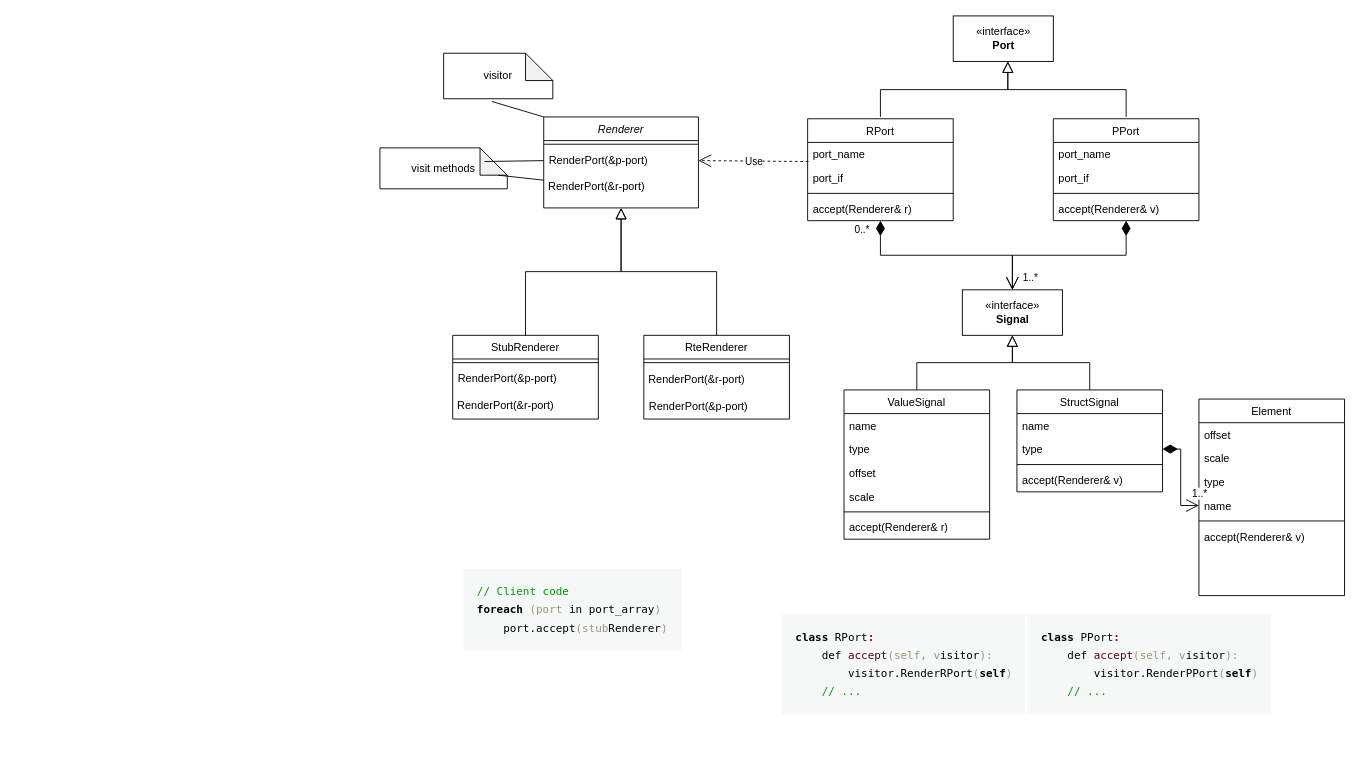
Earlier version of the draw.io diagram page "Page-1" (1 of 2) of arxmlParser/visitor.drawio (johanp1/HackDay). Source tidied: cells renumbered, new cells numbered last; positions are measured from the earlier drawing's top-left corner, leaving out a move shared by most shapes. Both pictures are drawn from the tidied source at 91%, with x=0, y=0 at pixel (379, 15).
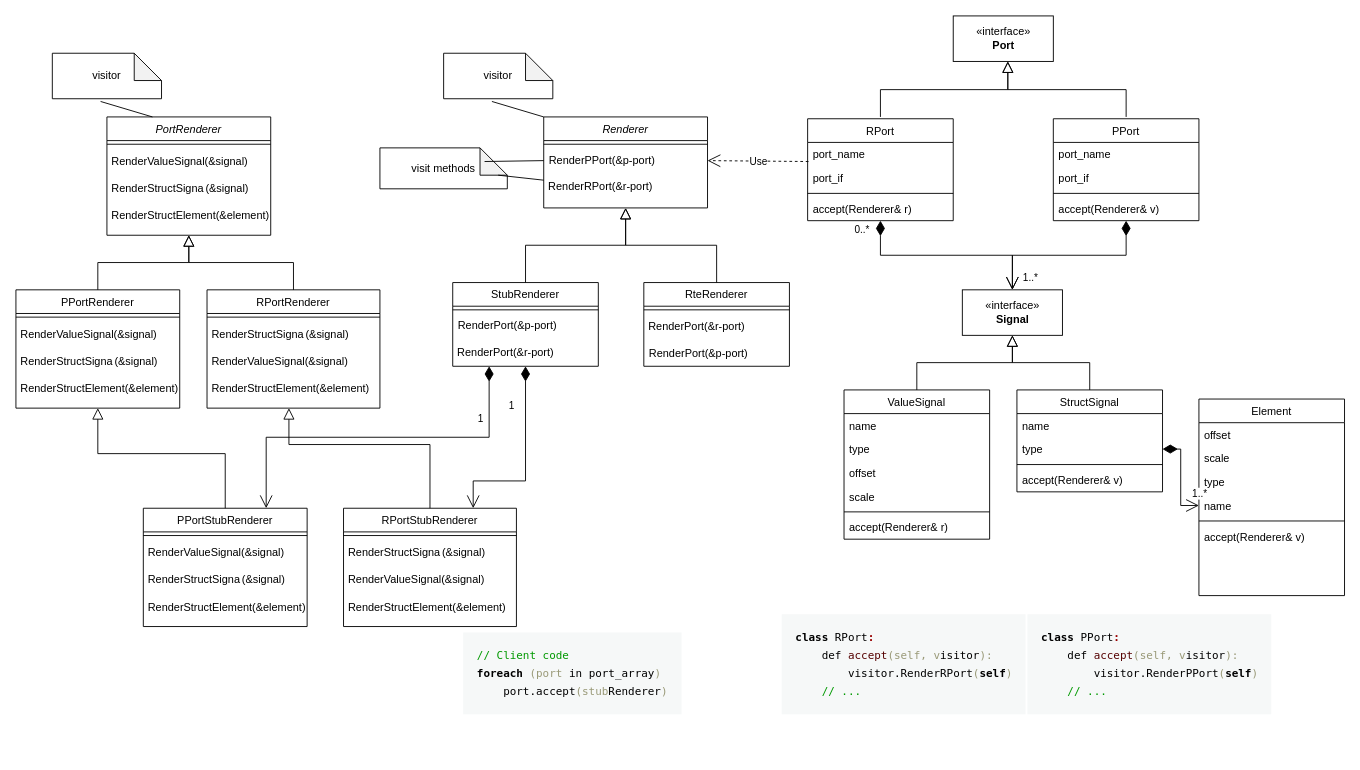
After the change.

The change refers to these unchanged cells:
```xml
<mxCell id="9" value="&amp;nbsp;RenderPort(&amp;amp;r-port)" style="text;html=1;strokeColor=none;fillColor=none;align=left;verticalAlign=middle;whiteSpace=wrap;rounded=0;" parent="6" vertex="1">
  <mxGeometry y="62" width="160" height="30" as="geometry" />
</mxCell>
```

Change to the diagram source:
```diff
@@
     <mxCell id="2" value="Renderer" style="swimlane;fontStyle=2;align=center;verticalAlign=top;horizontal=1;startSize=26;rounded=0;shadow=0;strokeWidth=1;" parent="1" vertex="1">
-      <mxGeometry x="180" y="111" width="170" height="100" as="geometry" />
+      <mxGeometry x="180" y="111" width="180" height="100" as="geometry" />
     </mxCell>
     <mxCell id="3" style="line;html=1;strokeWidth=1;align=left;verticalAlign=middle;spacingTop=-1;spacingLeft=3;spacingRight=3;labelPosition=right;" parent="2" vertex="1">
-      <mxGeometry y="26" width="170" height="8" as="geometry" />
+      <mxGeometry y="26" width="180" height="8" as="geometry" />
     </mxCell>
-    <mxCell id="4" value="RenderPort(&amp;p-port)" style="text;align=left;verticalAlign=top;spacingLeft=4;spacingRight=4;overflow=hidden;points=[[0,0.5],[1,0.5]];portConstraint=eastwest;" parent="2" vertex="1">
-      <mxGeometry y="34" width="170" height="28" as="geometry" />
+    <mxCell id="4" value="RenderPPort(&amp;p-port)" style="text;align=left;verticalAlign=top;spacingLeft=4;spacingRight=4;overflow=hidden;points=[[0,0.5],[1,0.5]];portConstraint=eastwest;" parent="2" vertex="1">
+      <mxGeometry y="34" width="180" height="28" as="geometry" />
     </mxCell>
-    <mxCell id="5" value="&amp;nbsp;RenderPort(&amp;amp;r-port)" style="text;html=1;strokeColor=none;fillColor=none;align=left;verticalAlign=middle;whiteSpace=wrap;rounded=0;" parent="2" vertex="1">
-      <mxGeometry y="62" width="170" height="30" as="geometry" />
+    <mxCell id="5" value="&amp;nbsp;RenderRPort(&amp;amp;r-port)" style="text;html=1;strokeColor=none;fillColor=none;align=left;verticalAlign=middle;whiteSpace=wrap;rounded=0;" parent="2" vertex="1">
+      <mxGeometry y="62" width="180" height="30" as="geometry" />
     </mxCell>
     <mxCell id="6" value="StubRenderer" style="swimlane;fontStyle=0;align=center;verticalAlign=top;horizontal=1;startSize=26;rounded=0;shadow=0;strokeWidth=1;" parent="1" vertex="1">
-      <mxGeometry x="80" y="351" width="160" height="92" as="geometry" />
+      <mxGeometry x="80" y="293" width="160" height="92" as="geometry" />
     </mxCell>
@@
     <mxCell id="11" value="RteRenderer" style="swimlane;fontStyle=0;align=center;verticalAlign=top;horizontal=1;startSize=26;rounded=0;shadow=0;strokeWidth=1;" parent="1" vertex="1">
-      <mxGeometry x="290" y="351" width="160" height="92" as="geometry" />
+      <mxGeometry x="290" y="293" width="160" height="92" as="geometry" />
     </mxCell>
@@
     <mxCell id="23" value="&lt;pre class=&quot;code cm-s-default CodeMirror&quot; lang=&quot;pseudocode&quot; style=&quot;box-sizing: border-box ; font-family: &amp;#34;menlo&amp;#34; , &amp;#34;fira code&amp;#34; , &amp;#34;monaco&amp;#34; , &amp;#34;consolas&amp;#34; , &amp;#34;courier new&amp;#34; , monospace ; font-size: 0.75rem ; margin-top: 0px ; margin-bottom: 1rem ; overflow: auto ; line-height: 1.25rem ; height: auto ; direction: ltr ; position: relative ; background: rgb(246 , 248 , 248) ; padding: 15px ; text-align: left ; font-style: normal ; font-weight: 400 ; letter-spacing: normal ; text-indent: 0px ; text-transform: none ; word-spacing: 0px&quot;&gt;&lt;span class=&quot;cm-doc&quot; style=&quot;color: rgb(0 , 153 , 0) ; box-sizing: border-box&quot;&gt;// Client code&lt;/span&gt;&lt;br&gt;&lt;span class=&quot;cm-keyword&quot; style=&quot;color: rgb(0 , 0 , 0) ; box-sizing: border-box ; font-weight: 700&quot;&gt;foreach&lt;/span&gt; &lt;span class=&quot;cm-bracket&quot; style=&quot;color: rgb(153 , 153 , 119) ; box-sizing: border-box&quot;&gt;(port&lt;/span&gt; &lt;span class=&quot;cm-variable&quot; style=&quot;color: rgb(0 , 0 , 0) ; box-sizing: border-box&quot;&gt;in&lt;/span&gt; port_array&lt;span class=&quot;cm-bracket&quot; style=&quot;color: rgb(153 , 153 , 119) ; box-sizing: border-box&quot;&gt;)&lt;/span&gt;&lt;br&gt;    port.&lt;span class=&quot;cm-variable&quot; style=&quot;color: rgb(0 , 0 , 0) ; box-sizing: border-box&quot;&gt;accept&lt;/span&gt;&lt;span class=&quot;cm-bracket&quot; style=&quot;color: rgb(153 , 153 , 119) ; box-sizing: border-box&quot;&gt;(stub&lt;/span&gt;&lt;span class=&quot;cm-bracket&quot; style=&quot;box-sizing: border-box&quot;&gt;Renderer&lt;/span&gt;&lt;span class=&quot;cm-bracket&quot; style=&quot;color: rgb(153 , 153 , 119) ; box-sizing: border-box&quot;&gt;)&lt;/span&gt;&lt;/pre&gt;" style="text;whiteSpace=wrap;html=1;" parent="1" vertex="1">
-      <mxGeometry x="90" y="601" width="250" height="120" as="geometry" />
+      <mxGeometry x="90" y="671" width="250" height="120" as="geometry" />
     </mxCell>
@@
+    <mxCell id="63" value="PortRenderer" style="swimlane;fontStyle=2;align=center;verticalAlign=top;horizontal=1;startSize=26;rounded=0;shadow=0;strokeWidth=1;" parent="1" vertex="1">
+      <mxGeometry x="-300" y="111" width="180" height="130" as="geometry" />
+    </mxCell>
+    <mxCell id="64" style="line;html=1;strokeWidth=1;align=left;verticalAlign=middle;spacingTop=-1;spacingLeft=3;spacingRight=3;labelPosition=right;" parent="63" vertex="1">
+      <mxGeometry y="26" width="180" height="8" as="geometry" />
+    </mxCell>
+    <mxCell id="65" value="&amp;nbsp;RenderValueSignal(&amp;amp;signal)" style="text;html=1;strokeColor=none;fillColor=none;align=left;verticalAlign=middle;whiteSpace=wrap;rounded=0;" parent="63" vertex="1">
+      <mxGeometry y="34" width="180" height="30" as="geometry" />
+    </mxCell>
+    <mxCell id="66" value="&amp;nbsp;RenderStructSigna&lt;span style=&quot;white-space: pre&quot;&gt;&#9;&lt;/span&gt;(&amp;amp;signal)" style="text;html=1;strokeColor=none;fillColor=none;align=left;verticalAlign=middle;whiteSpace=wrap;rounded=0;" parent="63" vertex="1">
+      <mxGeometry y="64" width="180" height="30" as="geometry" />
+    </mxCell>
+    <mxCell id="67" value="&amp;nbsp;RenderStructElement(&amp;amp;element)" style="text;html=1;strokeColor=none;fillColor=none;align=left;verticalAlign=middle;whiteSpace=wrap;rounded=0;" parent="63" vertex="1">
+      <mxGeometry y="94" width="180" height="30" as="geometry" />
+    </mxCell>
+    <mxCell id="68" value="PPortRenderer" style="swimlane;fontStyle=0;align=center;verticalAlign=top;horizontal=1;startSize=26;rounded=0;shadow=0;strokeWidth=1;" parent="1" vertex="1">
+      <mxGeometry x="-400" y="301" width="180" height="130" as="geometry" />
+    </mxCell>
+    <mxCell id="69" style="line;html=1;strokeWidth=1;align=left;verticalAlign=middle;spacingTop=-1;spacingLeft=3;spacingRight=3;labelPosition=right;" parent="68" vertex="1">
+      <mxGeometry y="26" width="180" height="8" as="geometry" />
+    </mxCell>
+    <mxCell id="70" value="&amp;nbsp;RenderValueSignal(&amp;amp;signal)" style="text;html=1;strokeColor=none;fillColor=none;align=left;verticalAlign=middle;whiteSpace=wrap;rounded=0;" parent="68" vertex="1">
+      <mxGeometry y="34" width="180" height="30" as="geometry" />
+    </mxCell>
+    <mxCell id="71" value="&amp;nbsp;RenderStructSigna&lt;span style=&quot;white-space: pre&quot;&gt;&#9;&lt;/span&gt;(&amp;amp;signal)" style="text;html=1;strokeColor=none;fillColor=none;align=left;verticalAlign=middle;whiteSpace=wrap;rounded=0;" parent="68" vertex="1">
+      <mxGeometry y="64" width="180" height="30" as="geometry" />
+    </mxCell>
+    <mxCell id="72" value="&amp;nbsp;RenderStructElement(&amp;amp;element)" style="text;html=1;strokeColor=none;fillColor=none;align=left;verticalAlign=middle;whiteSpace=wrap;rounded=0;" parent="68" vertex="1">
+      <mxGeometry y="94" width="180" height="30" as="geometry" />
+    </mxCell>
+    <mxCell id="73" style="endArrow=block;endSize=10;endFill=0;shadow=0;strokeWidth=1;rounded=0;edgeStyle=elbowEdgeStyle;elbow=vertical;" parent="1" edge="1" source="68" target="63">
+      <mxGeometry relative="1" as="geometry" />
+    </mxCell>
+    <mxCell id="74" value="RPortRenderer" style="swimlane;fontStyle=0;align=center;verticalAlign=top;horizontal=1;startSize=26;rounded=0;shadow=0;strokeWidth=1;" parent="1" vertex="1">
+      <mxGeometry x="-190" y="301" width="190" height="130" as="geometry" />
+    </mxCell>
+    <mxCell id="75" style="line;html=1;strokeWidth=1;align=left;verticalAlign=middle;spacingTop=-1;spacingLeft=3;spacingRight=3;labelPosition=right;" parent="74" vertex="1">
+      <mxGeometry y="26" width="190" height="8" as="geometry" />
+    </mxCell>
+    <mxCell id="76" value="&amp;nbsp;RenderStructSigna&lt;span style=&quot;white-space: pre&quot;&gt;&#9;&lt;/span&gt;(&amp;amp;signal)" style="text;html=1;strokeColor=none;fillColor=none;align=left;verticalAlign=middle;whiteSpace=wrap;rounded=0;" parent="74" vertex="1">
+      <mxGeometry y="34" width="190" height="30" as="geometry" />
+    </mxCell>
+    <mxCell id="77" value="&amp;nbsp;RenderValueSignal(&amp;amp;signal)" style="text;html=1;strokeColor=none;fillColor=none;align=left;verticalAlign=middle;whiteSpace=wrap;rounded=0;" parent="74" vertex="1">
+      <mxGeometry y="64" width="190" height="30" as="geometry" />
+    </mxCell>
+    <mxCell id="78" value="&amp;nbsp;RenderStructElement(&amp;amp;element)" style="text;html=1;strokeColor=none;fillColor=none;align=left;verticalAlign=middle;whiteSpace=wrap;rounded=0;" parent="74" vertex="1">
+      <mxGeometry y="94" width="190" height="30" as="geometry" />
+    </mxCell>
+    <mxCell id="79" style="endArrow=block;endSize=10;endFill=0;shadow=0;strokeWidth=1;rounded=0;edgeStyle=elbowEdgeStyle;elbow=vertical;" parent="1" edge="1" source="74" target="63">
+      <mxGeometry relative="1" as="geometry" />
+    </mxCell>
+    <mxCell id="80" value="visitor" style="shape=note;whiteSpace=wrap;html=1;backgroundOutline=1;darkOpacity=0.05;" parent="1" vertex="1">
+      <mxGeometry x="-360" y="41" width="120" height="50" as="geometry" />
+    </mxCell>
+    <mxCell id="81" style="endArrow=none;html=1;rounded=0;entryX=0.442;entryY=1.06;entryDx=0;entryDy=0;entryPerimeter=0;exitX=0;exitY=0;exitDx=0;exitDy=0;" parent="1" edge="1" target="80">
+      <mxGeometry relative="1" as="geometry">
+        <mxPoint x="-250" y="111" as="sourcePoint" />
+      </mxGeometry>
+    </mxCell>
+    <mxCell id="82" value="RPortStubRenderer" style="swimlane;fontStyle=0;align=center;verticalAlign=top;horizontal=1;startSize=26;rounded=0;shadow=0;strokeWidth=1;" parent="1" vertex="1">
+      <mxGeometry x="-40" y="541" width="190" height="130" as="geometry" />
+    </mxCell>
+    <mxCell id="83" style="line;html=1;strokeWidth=1;align=left;verticalAlign=middle;spacingTop=-1;spacingLeft=3;spacingRight=3;labelPosition=right;" parent="82" vertex="1">
+      <mxGeometry y="26" width="190" height="8" as="geometry" />
+    </mxCell>
+    <mxCell id="84" value="&amp;nbsp;RenderStructSigna&lt;span style=&quot;white-space: pre&quot;&gt;&#9;&lt;/span&gt;(&amp;amp;signal)" style="text;html=1;strokeColor=none;fillColor=none;align=left;verticalAlign=middle;whiteSpace=wrap;rounded=0;" parent="82" vertex="1">
+      <mxGeometry y="34" width="190" height="30" as="geometry" />
+    </mxCell>
+    <mxCell id="85" value="&amp;nbsp;RenderValueSignal(&amp;amp;signal)" style="text;html=1;strokeColor=none;fillColor=none;align=left;verticalAlign=middle;whiteSpace=wrap;rounded=0;" parent="82" vertex="1">
+      <mxGeometry y="64" width="190" height="30" as="geometry" />
+    </mxCell>
+    <mxCell id="86" value="&amp;nbsp;RenderStructElement(&amp;amp;element)" style="text;html=1;strokeColor=none;fillColor=none;align=left;verticalAlign=middle;whiteSpace=wrap;rounded=0;" parent="82" vertex="1">
+      <mxGeometry y="94" width="190" height="30" as="geometry" />
+    </mxCell>
+    <mxCell id="87" value="PPortStubRenderer" style="swimlane;fontStyle=0;align=center;verticalAlign=top;horizontal=1;startSize=26;rounded=0;shadow=0;strokeWidth=1;" parent="1" vertex="1">
+      <mxGeometry x="-260" y="541" width="180" height="130" as="geometry" />
+    </mxCell>
+    <mxCell id="88" style="line;html=1;strokeWidth=1;align=left;verticalAlign=middle;spacingTop=-1;spacingLeft=3;spacingRight=3;labelPosition=right;" parent="87" vertex="1">
+      <mxGeometry y="26" width="180" height="8" as="geometry" />
+    </mxCell>
+    <mxCell id="89" value="&amp;nbsp;RenderValueSignal(&amp;amp;signal)" style="text;html=1;strokeColor=none;fillColor=none;align=left;verticalAlign=middle;whiteSpace=wrap;rounded=0;" parent="87" vertex="1">
+      <mxGeometry y="34" width="180" height="30" as="geometry" />
+    </mxCell>
+    <mxCell id="90" value="&amp;nbsp;RenderStructSigna&lt;span style=&quot;white-space: pre&quot;&gt;&#9;&lt;/span&gt;(&amp;amp;signal)" style="text;html=1;strokeColor=none;fillColor=none;align=left;verticalAlign=middle;whiteSpace=wrap;rounded=0;" parent="87" vertex="1">
+      <mxGeometry y="64" width="180" height="30" as="geometry" />
+    </mxCell>
+    <mxCell id="91" value="&amp;nbsp;RenderStructElement(&amp;amp;element)" style="text;html=1;strokeColor=none;fillColor=none;align=left;verticalAlign=middle;whiteSpace=wrap;rounded=0;" parent="87" vertex="1">
+      <mxGeometry y="94" width="180" height="30" as="geometry" />
+    </mxCell>
+    <mxCell id="92" style="endArrow=block;endSize=10;endFill=0;shadow=0;strokeWidth=1;rounded=0;edgeStyle=elbowEdgeStyle;elbow=vertical;exitX=0.5;exitY=0;exitDx=0;exitDy=0;" parent="1" edge="1" source="82">
+      <mxGeometry relative="1" as="geometry">
+        <mxPoint x="-100" y="431" as="targetPoint" />
+        <Array as="points">
+          <mxPoint x="-20" y="471" />
+        </Array>
+      </mxGeometry>
+    </mxCell>
+    <mxCell id="93" style="endArrow=block;endSize=10;endFill=0;shadow=0;strokeWidth=1;rounded=0;edgeStyle=elbowEdgeStyle;elbow=vertical;exitX=0.5;exitY=0;exitDx=0;exitDy=0;" parent="1" edge="1" source="87">
+      <mxGeometry relative="1" as="geometry">
+        <mxPoint x="-310" y="431" as="targetPoint" />
+        <Array as="points">
+          <mxPoint x="-170" y="481" />
+        </Array>
+      </mxGeometry>
+    </mxCell>
+    <mxCell id="94" value="1" style="endArrow=open;html=1;endSize=12;startArrow=diamondThin;startSize=14;startFill=1;edgeStyle=orthogonalEdgeStyle;align=left;verticalAlign=bottom;rounded=0;exitX=0.25;exitY=1;exitDx=0;exitDy=0;entryX=0.75;entryY=0;entryDx=0;entryDy=0;" parent="1" edge="1" source="9" target="87">
+      <mxGeometry x="-0.54" y="-11" relative="1" as="geometry" />
+    </mxCell>
+    <mxCell id="95" value="1" style="endArrow=open;html=1;endSize=12;startArrow=diamondThin;startSize=14;startFill=1;edgeStyle=orthogonalEdgeStyle;align=left;verticalAlign=bottom;rounded=0;entryX=0.75;entryY=0;entryDx=0;entryDy=0;exitX=0.5;exitY=1;exitDx=0;exitDy=0;" parent="1" edge="1" source="9" target="82">
+      <mxGeometry x="-0.51" y="-20" relative="1" as="geometry">
+        <Array as="points">
+          <mxPoint x="160" y="511" />
+          <mxPoint x="103" y="511" />
+        </Array>
+      </mxGeometry>
+    </mxCell>
```
